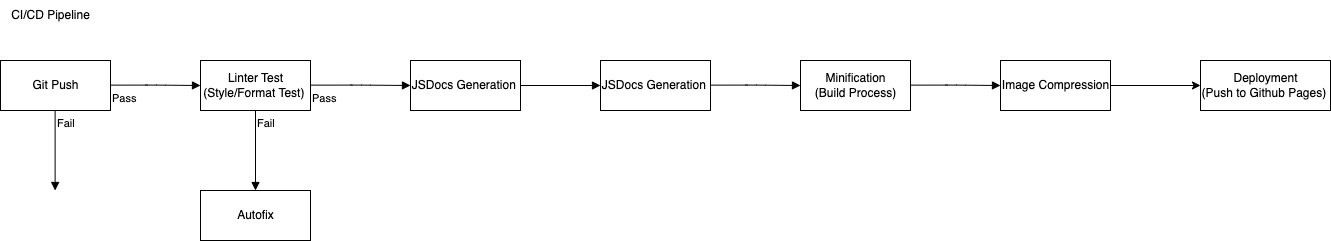
The draw.io diagram admin/cipipeline/phase1.drawio.png in cse110-sp23-group23/cse110-sp23-group23, before a commit. Source tidied: cells renumbered, new cells last; positions are measured from the earlier drawing's top-left corner, leaving out a move shared by most shapes. Its diagram source:
```xml
<mxGraphModel>
  <root>
    <mxCell id="0" />
    <mxCell id="1" parent="0" />
    <mxCell id="2" value="CI/CD Pipeline&lt;br&gt;" style="text;html=1;align=center;verticalAlign=middle;strokeColor=none;fillColor=none;" parent="1" vertex="1">
      <mxGeometry width="100" height="30" as="geometry" />
    </mxCell>
    <mxCell id="3" value="Git Push" style="html=1;" parent="1" vertex="1">
      <mxGeometry y="60" width="110" height="50" as="geometry" />
    </mxCell>
    <mxCell id="4" value="Linter Test&lt;br&gt;(Style/Format Test)&amp;nbsp;" style="html=1;" parent="1" vertex="1">
      <mxGeometry x="200" y="60" width="110" height="50" as="geometry" />
    </mxCell>
    <mxCell id="5" value="JSDocs Generation&amp;nbsp;" style="html=1;" parent="1" vertex="1">
      <mxGeometry x="410" y="60" width="110" height="50" as="geometry" />
    </mxCell>
    <mxCell id="6" value="Pass&amp;nbsp;" style="endArrow=block;endFill=1;html=1;edgeStyle=orthogonalEdgeStyle;align=left;verticalAlign=top;entryX=0;entryY=0.5;entryDx=0;entryDy=0;" parent="1" edge="1" target="4">
      <mxGeometry x="-1" relative="1" as="geometry">
        <mxPoint x="110" y="84.6" as="sourcePoint" />
      </mxGeometry>
    </mxCell>
    <mxCell id="7" value="Pass" style="endArrow=block;endFill=1;html=1;edgeStyle=orthogonalEdgeStyle;align=left;verticalAlign=top;entryX=0;entryY=0.5;entryDx=0;entryDy=0;" parent="1" edge="1" target="5">
      <mxGeometry x="-1" relative="1" as="geometry">
        <mxPoint x="310" y="84.6" as="sourcePoint" />
      </mxGeometry>
    </mxCell>
    <mxCell id="8" value="Fail" style="endArrow=block;endFill=1;html=1;edgeStyle=orthogonalEdgeStyle;align=left;verticalAlign=top;exitX=0.5;exitY=1;exitDx=0;exitDy=0;" parent="1" edge="1" source="4">
      <mxGeometry x="-1" relative="1" as="geometry">
        <mxPoint x="255" y="190" as="targetPoint" />
      </mxGeometry>
    </mxCell>
    <mxCell id="9" value="Autofix" style="html=1;" parent="1" vertex="1">
      <mxGeometry x="200" y="190" width="110" height="50" as="geometry" />
    </mxCell>
    <mxCell id="10" value="JSDocs Generation&amp;nbsp;" style="html=1;" parent="1" vertex="1">
      <mxGeometry x="600" y="60" width="110" height="50" as="geometry" />
    </mxCell>
    <mxCell id="11" style="endArrow=block;endFill=1;html=1;edgeStyle=orthogonalEdgeStyle;align=left;verticalAlign=top;entryX=0;entryY=0.5;entryDx=0;entryDy=0;exitX=1;exitY=0.5;exitDx=0;exitDy=0;" parent="1" edge="1" source="5" target="10">
      <mxGeometry x="-1" relative="1" as="geometry" />
    </mxCell>
    <mxCell id="12" value="Fail" style="endArrow=block;endFill=1;html=1;edgeStyle=orthogonalEdgeStyle;align=left;verticalAlign=top;exitX=0.5;exitY=1;exitDx=0;exitDy=0;" parent="1" edge="1">
      <mxGeometry x="-1" relative="1" as="geometry">
        <mxPoint x="54.6" y="110" as="sourcePoint" />
        <mxPoint x="54.6" y="190" as="targetPoint" />
      </mxGeometry>
    </mxCell>
    <mxCell id="13" value="Minification&lt;br&gt;(Build Process)" style="html=1;" parent="1" vertex="1">
      <mxGeometry x="800" y="60" width="110" height="50" as="geometry" />
    </mxCell>
    <mxCell id="14" style="endArrow=block;endFill=1;html=1;edgeStyle=orthogonalEdgeStyle;align=left;verticalAlign=top;entryX=0;entryY=0.5;entryDx=0;entryDy=0;exitX=1;exitY=0.5;exitDx=0;exitDy=0;" parent="1" edge="1" target="17">
      <mxGeometry x="-1" relative="1" as="geometry">
        <mxPoint x="910" y="84.6" as="sourcePoint" />
      </mxGeometry>
    </mxCell>
    <mxCell id="15" style="endArrow=block;endFill=1;html=1;edgeStyle=orthogonalEdgeStyle;align=left;verticalAlign=top;entryX=0;entryY=0.5;entryDx=0;entryDy=0;exitX=1;exitY=0.5;exitDx=0;exitDy=0;" parent="1" edge="1" target="13">
      <mxGeometry x="-1" relative="1" as="geometry">
        <mxPoint x="710" y="84.6" as="sourcePoint" />
      </mxGeometry>
    </mxCell>
    <mxCell id="16" style="edgeStyle=none;html=1;entryX=0;entryY=0.5;entryDx=0;entryDy=0;" parent="1" edge="1" source="17" target="18">
      <mxGeometry relative="1" as="geometry" />
    </mxCell>
    <mxCell id="17" value="Image Compression" style="html=1;" parent="1" vertex="1">
      <mxGeometry x="1000" y="60" width="110" height="50" as="geometry" />
    </mxCell>
    <mxCell id="18" value="Deployment&lt;br&gt;(Push to Github Pages)&amp;nbsp;" style="html=1;" parent="1" vertex="1">
      <mxGeometry x="1200" y="60" width="130" height="50" as="geometry" />
    </mxCell>
  </root>
</mxGraphModel>
```
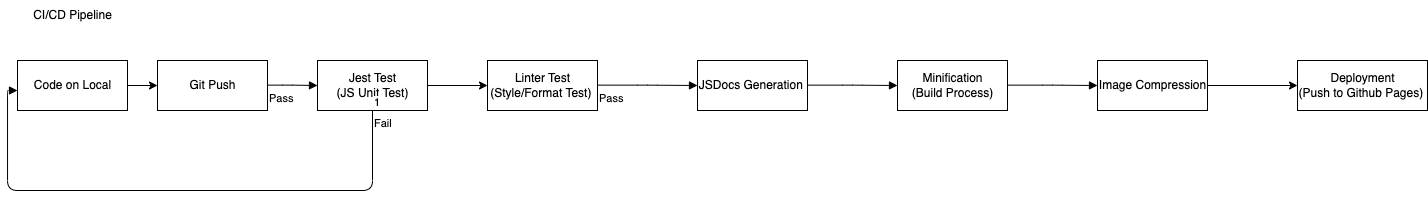
After the change.

Change to the diagram source:
```diff
@@ -3,68 +3,72 @@
     <mxCell id="0" />
     <mxCell id="1" parent="0" />
     <mxCell id="2" value="CI/CD Pipeline&lt;br&gt;" style="text;html=1;align=center;verticalAlign=middle;strokeColor=none;fillColor=none;" parent="1" vertex="1">
-      <mxGeometry width="100" height="30" as="geometry" />
+      <mxGeometry x="-15" width="100" height="30" as="geometry" />
     </mxCell>
     <mxCell id="3" value="Git Push" style="html=1;" parent="1" vertex="1">
-      <mxGeometry y="60" width="110" height="50" as="geometry" />
+      <mxGeometry x="120" y="60" width="110" height="50" as="geometry" />
     </mxCell>
     <mxCell id="4" value="Linter Test&lt;br&gt;(Style/Format Test)&amp;nbsp;" style="html=1;" parent="1" vertex="1">
-      <mxGeometry x="200" y="60" width="110" height="50" as="geometry" />
+      <mxGeometry x="450" y="60" width="110" height="50" as="geometry" />
     </mxCell>
     <mxCell id="5" value="JSDocs Generation&amp;nbsp;" style="html=1;" parent="1" vertex="1">
-      <mxGeometry x="410" y="60" width="110" height="50" as="geometry" />
+      <mxGeometry x="660" y="60" width="110" height="50" as="geometry" />
     </mxCell>
-    <mxCell id="6" value="Pass&amp;nbsp;" style="endArrow=block;endFill=1;html=1;edgeStyle=orthogonalEdgeStyle;align=left;verticalAlign=top;entryX=0;entryY=0.5;entryDx=0;entryDy=0;" parent="1" edge="1" target="4">
-      <mxGeometry x="-1" relative="1" as="geometry">
-        <mxPoint x="110" y="84.6" as="sourcePoint" />
-      </mxGeometry>
-    </mxCell>
     <mxCell id="7" value="Pass" style="endArrow=block;endFill=1;html=1;edgeStyle=orthogonalEdgeStyle;align=left;verticalAlign=top;entryX=0;entryY=0.5;entryDx=0;entryDy=0;" parent="1" edge="1" target="5">
       <mxGeometry x="-1" relative="1" as="geometry">
-        <mxPoint x="310" y="84.6" as="sourcePoint" />
+        <mxPoint x="560" y="84.6" as="sourcePoint" />
       </mxGeometry>
     </mxCell>
-    <mxCell id="8" value="Fail" style="endArrow=block;endFill=1;html=1;edgeStyle=orthogonalEdgeStyle;align=left;verticalAlign=top;exitX=0.5;exitY=1;exitDx=0;exitDy=0;" parent="1" edge="1" source="4">
-      <mxGeometry x="-1" relative="1" as="geometry">
-        <mxPoint x="255" y="190" as="targetPoint" />
-      </mxGeometry>
-    </mxCell>
-    <mxCell id="9" value="Autofix" style="html=1;" parent="1" vertex="1">
-      <mxGeometry x="200" y="190" width="110" height="50" as="geometry" />
-    </mxCell>
-    <mxCell id="10" value="JSDocs Generation&amp;nbsp;" style="html=1;" parent="1" vertex="1">
-      <mxGeometry x="600" y="60" width="110" height="50" as="geometry" />
-    </mxCell>
-    <mxCell id="11" style="endArrow=block;endFill=1;html=1;edgeStyle=orthogonalEdgeStyle;align=left;verticalAlign=top;entryX=0;entryY=0.5;entryDx=0;entryDy=0;exitX=1;exitY=0.5;exitDx=0;exitDy=0;" parent="1" edge="1" source="5" target="10">
-      <mxGeometry x="-1" relative="1" as="geometry" />
-    </mxCell>
-    <mxCell id="12" value="Fail" style="endArrow=block;endFill=1;html=1;edgeStyle=orthogonalEdgeStyle;align=left;verticalAlign=top;exitX=0.5;exitY=1;exitDx=0;exitDy=0;" parent="1" edge="1">
-      <mxGeometry x="-1" relative="1" as="geometry">
-        <mxPoint x="54.6" y="110" as="sourcePoint" />
-        <mxPoint x="54.6" y="190" as="targetPoint" />
-      </mxGeometry>
-    </mxCell>
     <mxCell id="13" value="Minification&lt;br&gt;(Build Process)" style="html=1;" parent="1" vertex="1">
-      <mxGeometry x="800" y="60" width="110" height="50" as="geometry" />
+      <mxGeometry x="860" y="60" width="110" height="50" as="geometry" />
     </mxCell>
     <mxCell id="14" style="endArrow=block;endFill=1;html=1;edgeStyle=orthogonalEdgeStyle;align=left;verticalAlign=top;entryX=0;entryY=0.5;entryDx=0;entryDy=0;exitX=1;exitY=0.5;exitDx=0;exitDy=0;" parent="1" edge="1" target="17">
       <mxGeometry x="-1" relative="1" as="geometry">
-        <mxPoint x="910" y="84.6" as="sourcePoint" />
+        <mxPoint x="970" y="84.6" as="sourcePoint" />
       </mxGeometry>
     </mxCell>
     <mxCell id="15" style="endArrow=block;endFill=1;html=1;edgeStyle=orthogonalEdgeStyle;align=left;verticalAlign=top;entryX=0;entryY=0.5;entryDx=0;entryDy=0;exitX=1;exitY=0.5;exitDx=0;exitDy=0;" parent="1" edge="1" target="13">
       <mxGeometry x="-1" relative="1" as="geometry">
-        <mxPoint x="710" y="84.6" as="sourcePoint" />
+        <mxPoint x="770" y="84.6" as="sourcePoint" />
       </mxGeometry>
     </mxCell>
     <mxCell id="16" style="edgeStyle=none;html=1;entryX=0;entryY=0.5;entryDx=0;entryDy=0;" parent="1" edge="1" source="17" target="18">
       <mxGeometry relative="1" as="geometry" />
     </mxCell>
     <mxCell id="17" value="Image Compression" style="html=1;" parent="1" vertex="1">
-      <mxGeometry x="1000" y="60" width="110" height="50" as="geometry" />
+      <mxGeometry x="1060" y="60" width="110" height="50" as="geometry" />
     </mxCell>
     <mxCell id="18" value="Deployment&lt;br&gt;(Push to Github Pages)&amp;nbsp;" style="html=1;" parent="1" vertex="1">
-      <mxGeometry x="1200" y="60" width="130" height="50" as="geometry" />
+      <mxGeometry x="1260" y="60" width="130" height="50" as="geometry" />
     </mxCell>
+    <mxCell id="19" style="edgeStyle=none;html=1;entryX=0;entryY=0.5;entryDx=0;entryDy=0;fillColor=#666666;" parent="1" edge="1" source="20" target="4">
+      <mxGeometry relative="1" as="geometry" />
+    </mxCell>
+    <mxCell id="20" value="Jest Test&lt;br&gt;(JS Unit Test)" style="html=1;" parent="1" vertex="1">
+      <mxGeometry x="280" y="60" width="110" height="50" as="geometry" />
+    </mxCell>
+    <mxCell id="6" value="Pass" style="endArrow=block;endFill=1;html=1;edgeStyle=orthogonalEdgeStyle;align=left;verticalAlign=top;fillColor=#666666;entryX=0;entryY=0.5;entryDx=0;entryDy=0;" parent="1" edge="1" target="20">
+      <mxGeometry x="-1" relative="1" as="geometry">
+        <mxPoint x="230" y="84.6" as="sourcePoint" />
+      </mxGeometry>
+    </mxCell>
+    <mxCell id="21" value="Fail" style="endArrow=block;endFill=1;html=1;edgeStyle=orthogonalEdgeStyle;align=left;verticalAlign=top;fillColor=#666666;exitX=0.5;exitY=1;exitDx=0;exitDy=0;entryX=0;entryY=0.6;entryDx=0;entryDy=0;entryPerimeter=0;" parent="1" edge="1" source="20" target="24">
+      <mxGeometry x="-1" relative="1" as="geometry">
+        <Array as="points">
+          <mxPoint x="335" y="190" />
+          <mxPoint x="-30" y="190" />
+          <mxPoint x="-30" y="90" />
+        </Array>
+      </mxGeometry>
+    </mxCell>
+    <mxCell id="22" value="1" style="edgeLabel;html=1;align=left;verticalAlign=bottom;fillColor=#666666;" parent="21" vertex="1">
+      <mxGeometry x="-1" relative="1" as="geometry" />
+    </mxCell>
+    <mxCell id="23" style="edgeStyle=none;html=1;entryX=0;entryY=0.5;entryDx=0;entryDy=0;fillColor=#666666;" parent="1" edge="1" source="24" target="3">
+      <mxGeometry relative="1" as="geometry" />
+    </mxCell>
+    <mxCell id="24" value="Code on Local" style="html=1;" parent="1" vertex="1">
+      <mxGeometry x="-20" y="60" width="110" height="50" as="geometry" />
+    </mxCell>
   </root>
 </mxGraphModel>
```
